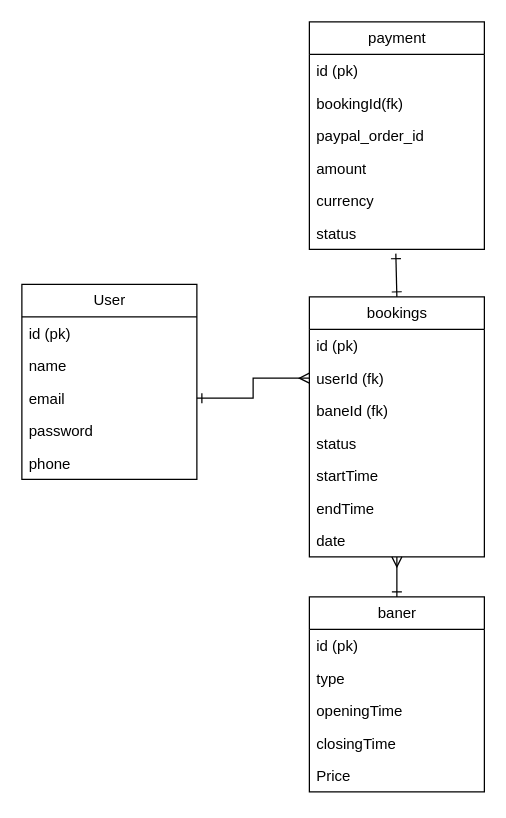
Before: Database_diagram.drawio in CueBaZe/nordic-areana, a draw.io diagram. Source tidied: cells renumbered, new cells numbered last; positions are measured from the earlier drawing's top-left corner, leaving out a move shared by most shapes. Both pictures are drawn from the tidied source at 125%, with x=0, y=0 at pixel (21, 21).
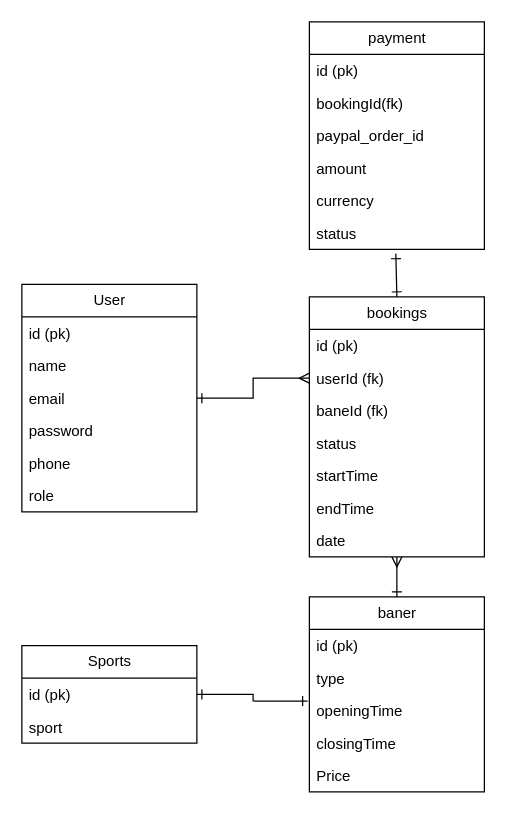
The same page after the edit.

Commit message (it also covers changes not shown here):
Add role field to users table, create sports table, and implement calendar page and removed bookingpage so you just get direct to calendar

The change refers to these unchanged cells:
```xml
<mxCell id="21" value="openingTime" style="text;strokeColor=none;fillColor=none;align=left;verticalAlign=top;spacingLeft=4;spacingRight=4;overflow=hidden;points=[[0,0.5],[1,0.5]];portConstraint=eastwest;whiteSpace=wrap;html=1;" parent="18" vertex="1">
  <mxGeometry y="78" width="140" height="26" as="geometry" />
</mxCell>
```

The edit, as a diff of the source:
```diff
@@
     <mxCell id="2" value="User" style="swimlane;fontStyle=0;horizontal=1;startSize=26;fillColor=none;html=1;" parent="1" vertex="1">
-      <mxGeometry y="210" width="140" height="156" as="geometry" />
+      <mxGeometry y="210" width="140" height="182" as="geometry" />
     </mxCell>
@@
+    <mxCell id="32" value="role" style="text;strokeColor=none;fillColor=none;align=left;verticalAlign=top;spacingLeft=4;spacingRight=4;overflow=hidden;whiteSpace=wrap;html=1;" parent="2" vertex="1">
+      <mxGeometry y="156" width="140" height="26" as="geometry" />
+    </mxCell>
@@
+    <mxCell id="33" value="Sports" style="swimlane;fontStyle=0;horizontal=1;startSize=26;fillColor=none;html=1;" parent="1" vertex="1">
+      <mxGeometry y="499" width="140" height="78" as="geometry" />
+    </mxCell>
+    <mxCell id="34" value="id (pk)" style="text;strokeColor=none;fillColor=none;align=left;verticalAlign=top;spacingLeft=4;spacingRight=4;overflow=hidden;whiteSpace=wrap;html=1;" parent="33" vertex="1">
+      <mxGeometry y="26" width="140" height="26" as="geometry" />
+    </mxCell>
+    <mxCell id="35" value="sport" style="text;strokeColor=none;fillColor=none;align=left;verticalAlign=top;spacingLeft=4;spacingRight=4;overflow=hidden;whiteSpace=wrap;html=1;" parent="33" vertex="1">
+      <mxGeometry y="52" width="140" height="26" as="geometry" />
+    </mxCell>
+    <mxCell id="36" style="edgeStyle=orthogonalEdgeStyle;rounded=0;jettySize=auto;html=1;entryX=-0.01;entryY=0.205;entryDx=0;entryDy=0;entryPerimeter=0;endArrow=ERone;endFill=0;startArrow=ERone;startFill=0;" parent="1" edge="1" source="33" target="21">
+      <mxGeometry relative="1" as="geometry" />
+    </mxCell>
```
